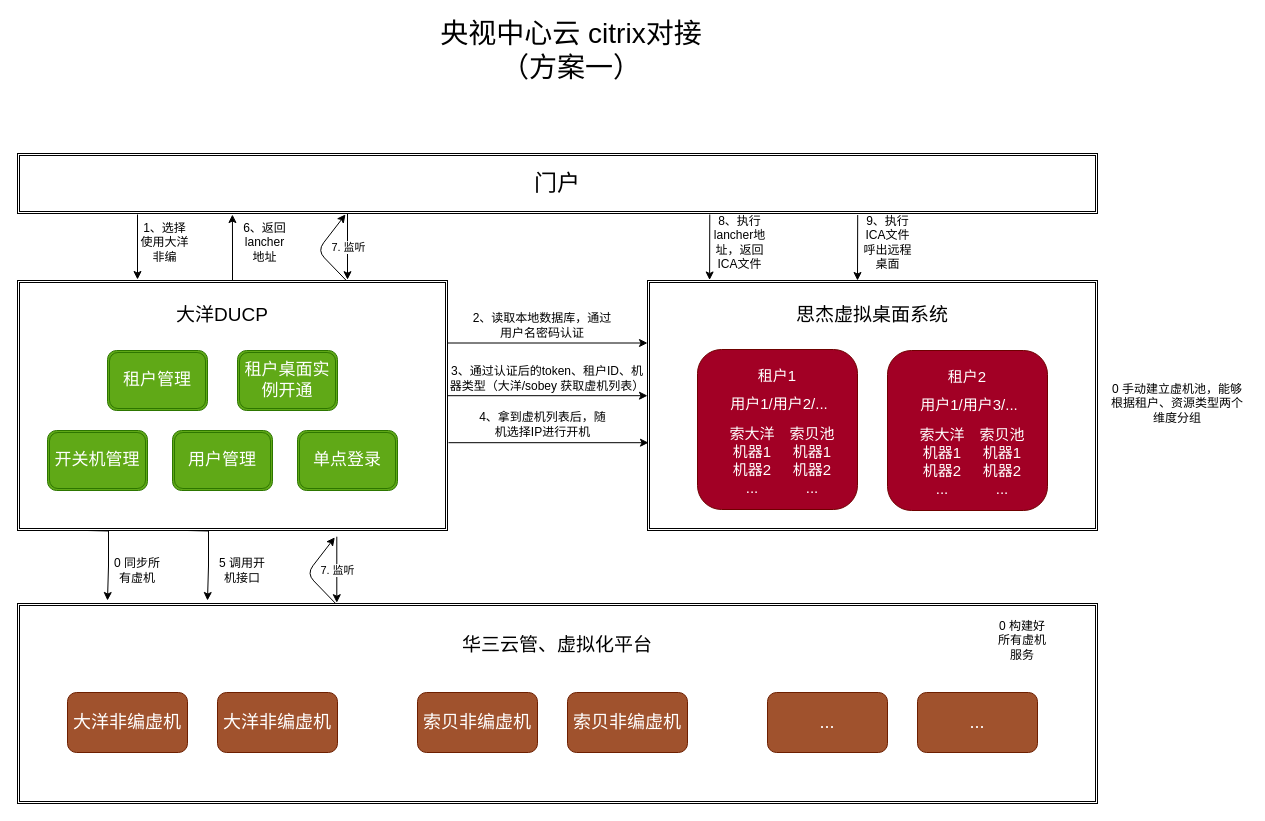
This is Untitled Diagram.drawio from Crispian-Han/hello-world, a draw.io file, before an edit. Source tidied: cells renumbered, new cells numbered last; positions are measured from the earlier drawing's top-left corner, leaving out a move shared by most shapes. Both pictures are drawn from the tidied source at 100%, with x=0, y=0 at pixel (17, 20).
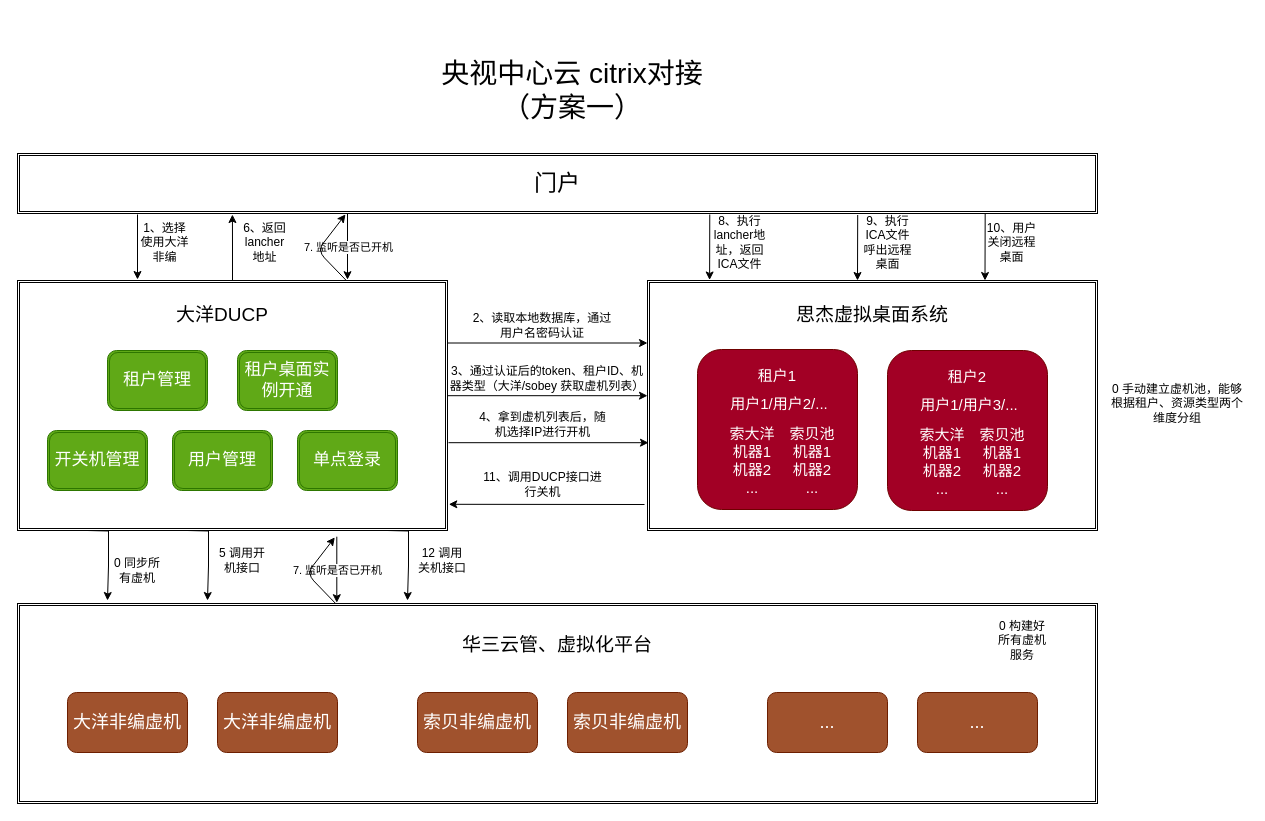
After the change.

Commit message:
Update 央视中心云

Unchanged cells that the change refers to:
```xml
<mxCell id="8" style="shape=ext;double=1;rounded=0;whiteSpace=wrap;html=1;" parent="1" vertex="1">
  <mxGeometry x="630" y="260" width="450" height="250" as="geometry" />
</mxCell>
<mxCell id="9" value="&lt;font style=&quot;font-size: 23px&quot;&gt;门户&lt;/font&gt;" style="shape=ext;double=1;rounded=0;whiteSpace=wrap;html=1;" parent="1" vertex="1">
  <mxGeometry y="133" width="1080" height="60" as="geometry" />
</mxCell>
<mxCell id="40" style="endArrow=classic;html=1;" parent="1" edge="1">
  <mxGeometry relative="1" as="geometry">
    <mxPoint x="330" y="193.2" as="sourcePoint" />
    <mxPoint x="330" y="259.2" as="targetPoint" />
  </mxGeometry>
</mxCell>
<mxCell id="46" style="endArrow=classic;html=1;" parent="1" edge="1">
  <mxGeometry relative="1" as="geometry">
    <mxPoint x="319.3" y="516.2" as="sourcePoint" />
    <mxPoint x="319.3" y="582.2" as="targetPoint" />
  </mxGeometry>
</mxCell>
```

The edit, as a diff of the source:
```diff
@@
     <mxCell id="3" value="&lt;font style=&quot;font-size: 28px&quot;&gt;央视中心云 citrix对接（方案一）&lt;/font&gt;" style="text;html=1;strokeColor=none;fillColor=none;align=center;verticalAlign=middle;whiteSpace=wrap;rounded=0;" parent="1" vertex="1">
-      <mxGeometry x="414" width="280" height="60" as="geometry" />
+      <mxGeometry x="415" y="40" width="280" height="60" as="geometry" />
     </mxCell>
@@
     <mxCell id="25" value="5 调用开机接口" style="text;html=1;strokeColor=none;fillColor=none;align=center;verticalAlign=middle;whiteSpace=wrap;rounded=0;" parent="1" vertex="1">
-      <mxGeometry x="200" y="540" width="50" height="20" as="geometry" />
+      <mxGeometry x="200" y="530" width="50" height="20" as="geometry" />
     </mxCell>
@@
-    <mxCell id="41" value="7. 监听" style="edgeLabel;html=1;align=center;verticalAlign=middle;" parent="40" vertex="1">
+    <mxCell id="41" value="7. 监听是否已开机" style="edgeLabel;html=1;align=center;verticalAlign=middle;" parent="40" vertex="1">
       <mxGeometry relative="1" as="geometry" />
     </mxCell>
@@
-    <mxCell id="47" value="7. 监听" style="edgeLabel;html=1;align=center;verticalAlign=middle;" parent="46" vertex="1">
+    <mxCell id="47" value="7. 监听是否已开机" style="edgeLabel;html=1;align=center;verticalAlign=middle;" parent="46" vertex="1">
       <mxGeometry relative="1" as="geometry" />
     </mxCell>
@@
+    <mxCell id="57" style="endArrow=classic;html=1;entryX=1.003;entryY=0.927;entryDx=0;entryDy=0;entryPerimeter=0;" parent="1" edge="1">
+      <mxGeometry relative="1" as="geometry">
+        <mxPoint x="627" y="484" as="sourcePoint" />
+        <mxPoint x="431.3" y="483.8" as="targetPoint" />
+      </mxGeometry>
+    </mxCell>
+    <mxCell id="58" style="endArrow=classic;html=1;exitX=0.896;exitY=1.007;exitDx=0;exitDy=0;exitPerimeter=0;entryX=0.75;entryY=0;entryDx=0;entryDy=0;" parent="1" edge="1" source="9" target="8">
+      <mxGeometry relative="1" as="geometry" />
+    </mxCell>
+    <mxCell id="59" value="10、用户关闭远程桌面" style="text;html=1;strokeColor=none;fillColor=none;align=center;verticalAlign=middle;whiteSpace=wrap;rounded=0;" parent="1" vertex="1">
+      <mxGeometry x="967" y="193.5" width="55" height="57" as="geometry" />
+    </mxCell>
+    <mxCell id="60" value="11、调用DUCP接口进行关机" style="text;html=1;strokeColor=none;fillColor=none;align=center;verticalAlign=middle;whiteSpace=wrap;rounded=0;" parent="1" vertex="1">
+      <mxGeometry x="460.5" y="450" width="129" height="28" as="geometry" />
+    </mxCell>
+    <mxCell id="61" style="edgeStyle=orthogonalEdgeStyle;rounded=0;orthogonalLoop=1;jettySize=auto;html=1;exitX=0.25;exitY=1;exitDx=0;exitDy=0;" parent="1" edge="1">
+      <mxGeometry relative="1" as="geometry">
+        <mxPoint x="370" y="510" as="sourcePoint" />
+        <mxPoint x="390" y="580" as="targetPoint" />
+      </mxGeometry>
+    </mxCell>
+    <mxCell id="62" value="12 调用关机接口" style="text;html=1;strokeColor=none;fillColor=none;align=center;verticalAlign=middle;whiteSpace=wrap;rounded=0;" parent="1" vertex="1">
+      <mxGeometry x="400" y="530" width="50" height="20" as="geometry" />
+    </mxCell>
```
